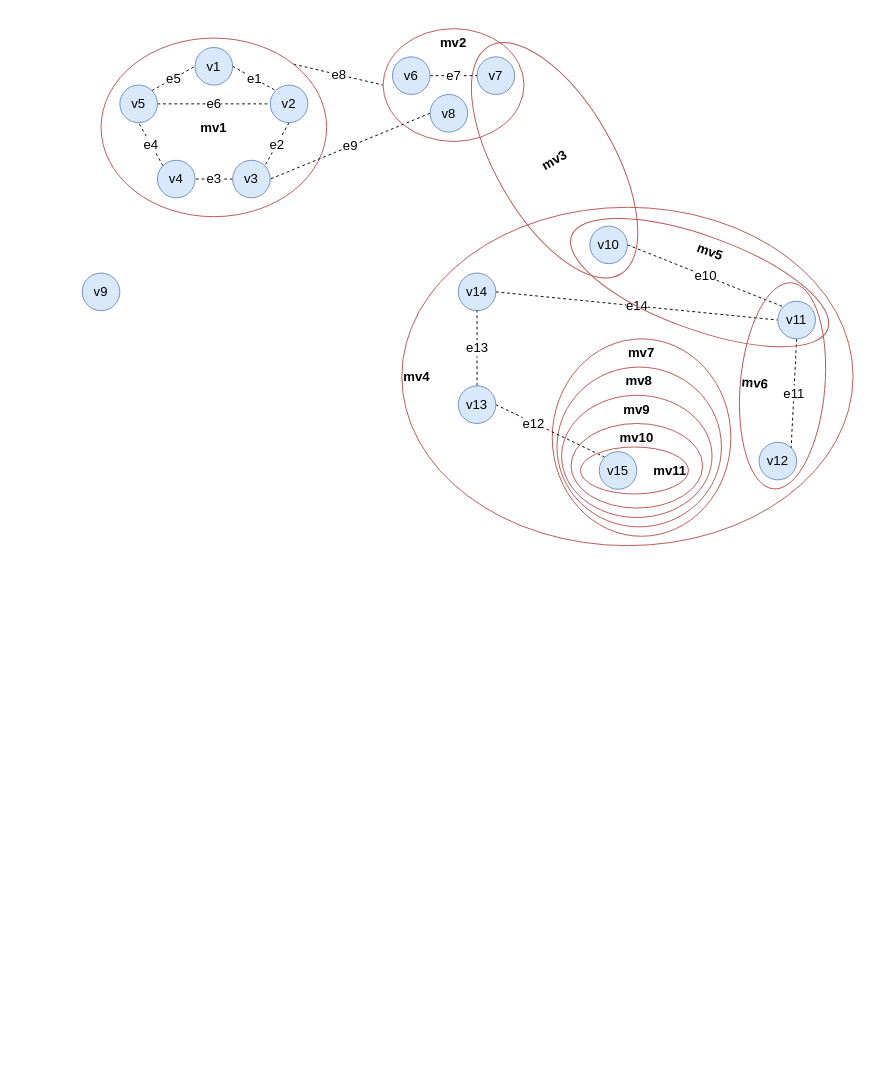
This is Big metagraph.drawio from DMfananddu/MAG_Diploma, a draw.io file, before an edit. Source tidied: cells renumbered, new cells numbered last; positions are measured from the earlier drawing's top-left corner, leaving out a move shared by most shapes. Both pictures are drawn from the tidied source at 94%, with x=0, y=0 at pixel (82, 28).
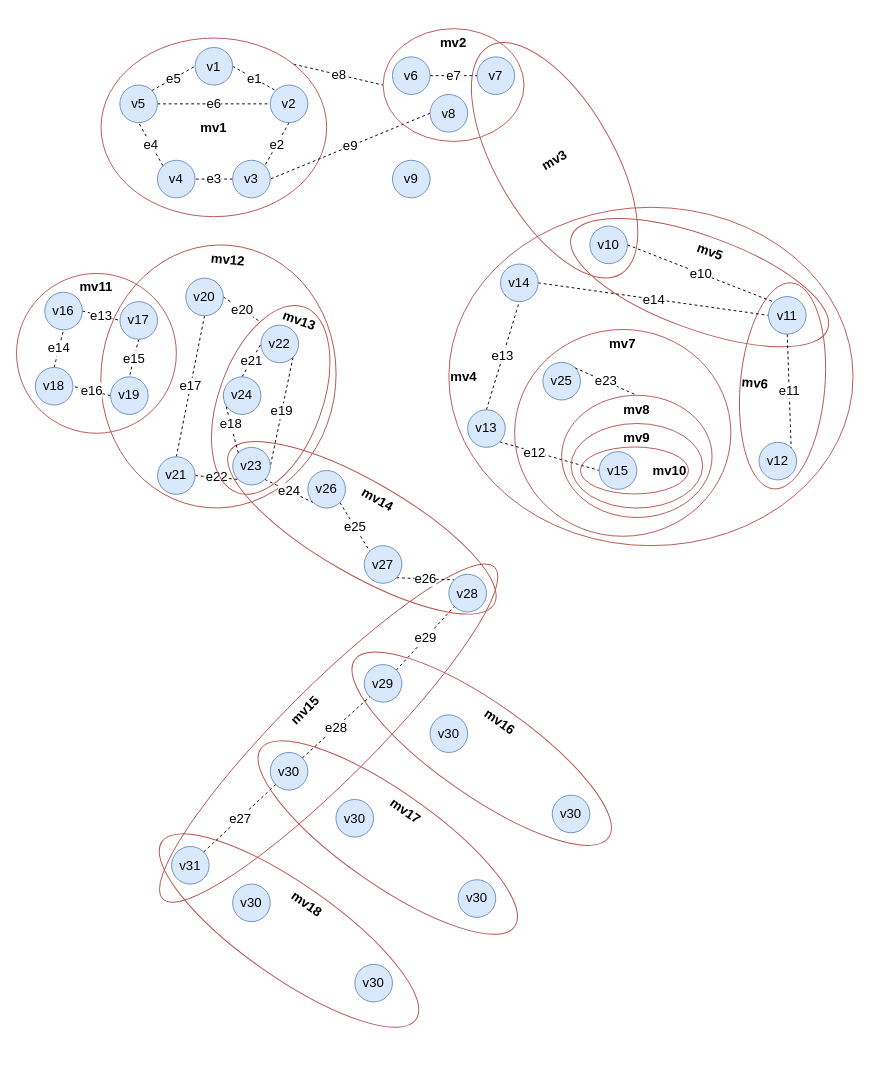
The same page after the edit.

The change refers to these unchanged cells:
```xml
<mxCell id="41" value="v15" style="ellipse;whiteSpace=wrap;html=1;fillColor=#dae8fc;strokeColor=#6c8ebf;fontSize=14;" parent="1" vertex="1">
  <mxGeometry x="550" y="450" width="40" height="40" as="geometry" />
</mxCell>
```

What changed in the source:
```diff
@@
+    <mxCell id="42" value="mv15" style="ellipse;whiteSpace=wrap;html=1;fillColor=none;strokeColor=#b85450;fontSize=14;fontStyle=1;verticalAlign=top;rotation=-45;" parent="1" vertex="1">
+      <mxGeometry x="12.5" y="700" width="499.3" height="98.9" as="geometry" />
+    </mxCell>
+    <mxCell id="43" value="mv18" style="ellipse;whiteSpace=wrap;html=1;fillColor=none;strokeColor=#b85450;fontSize=14;fontStyle=1;verticalAlign=top;rotation=35;" parent="1" vertex="1">
+      <mxGeometry x="55" y="910" width="329.9" height="98.9" as="geometry" />
+    </mxCell>
+    <mxCell id="44" value="mv17" style="ellipse;whiteSpace=wrap;html=1;fillColor=none;strokeColor=#b85450;fontSize=14;fontStyle=1;verticalAlign=top;rotation=35;" parent="1" vertex="1">
+      <mxGeometry x="160.1" y="811.1" width="329.9" height="98.9" as="geometry" />
+    </mxCell>
+    <mxCell id="45" value="mv16" style="ellipse;whiteSpace=wrap;html=1;fillColor=none;strokeColor=#b85450;fontSize=14;fontStyle=1;verticalAlign=top;rotation=35;" parent="1" vertex="1">
+      <mxGeometry x="260" y="716.5" width="329.9" height="98.9" as="geometry" />
+    </mxCell>
+    <mxCell id="46" value="mv14" style="ellipse;whiteSpace=wrap;html=1;fillColor=none;strokeColor=#b85450;fontSize=14;fontStyle=1;verticalAlign=top;rotation=30;" parent="1" vertex="1">
+      <mxGeometry x="135" y="481.5" width="325" height="98.9" as="geometry" />
+    </mxCell>
     <mxCell id="2" value="mv4" style="ellipse;whiteSpace=wrap;html=1;fillColor=none;strokeColor=#b85450;fontSize=14;fontStyle=1;align=left;" parent="1" vertex="1">
-      <mxGeometry x="340" y="190" width="480" height="360" as="geometry" />
+      <mxGeometry x="390" y="190" width="430" height="360" as="geometry" />
     </mxCell>
-    <mxCell id="3" value="mv7" style="ellipse;whiteSpace=wrap;html=1;fontSize=14;strokeColor=#b85450;strokeWidth=1;fillColor=none;fontStyle=1;rotation=0;verticalAlign=top;align=center;" parent="1" vertex="1">
-      <mxGeometry x="500" y="330" width="190" height="210" as="geometry" />
-    </mxCell>
+    <mxCell id="36" value="mv5" style="ellipse;whiteSpace=wrap;html=1;fontSize=14;strokeColor=#b85450;strokeWidth=1;fillColor=none;fontStyle=1;rotation=20;verticalAlign=top;" parent="1" vertex="1">
+      <mxGeometry x="511.8" y="220.3" width="290" height="99.7" as="geometry" />
+    </mxCell>
+    <mxCell id="37" value="mv6" style="ellipse;whiteSpace=wrap;html=1;fontSize=14;strokeColor=#b85450;strokeWidth=1;fillColor=none;fontStyle=1;rotation=5;verticalAlign=middle;align=left;" parent="1" vertex="1">
+      <mxGeometry x="700" y="270" width="90" height="220" as="geometry" />
+    </mxCell>
+    <mxCell id="47" value="mv12" style="ellipse;whiteSpace=wrap;html=1;fillColor=none;strokeColor=#b85450;fontSize=14;fontStyle=1;rotation=5;verticalAlign=top;" parent="1" vertex="1">
+      <mxGeometry x="19.9" y="230" width="250" height="280" as="geometry" />
+    </mxCell>
-    <mxCell id="4" value="mv8" style="ellipse;whiteSpace=wrap;html=1;fontSize=14;strokeColor=#b85450;strokeWidth=1;fillColor=none;fontStyle=1;rotation=0;verticalAlign=top;align=center;" parent="1" vertex="1">
-      <mxGeometry x="505" y="360" width="175" height="170" as="geometry" />
+    <mxCell id="4" value="mv7" style="ellipse;whiteSpace=wrap;html=1;fontSize=14;strokeColor=#b85450;strokeWidth=1;fillColor=none;fontStyle=1;rotation=0;verticalAlign=top;align=center;" parent="1" vertex="1">
+      <mxGeometry x="460" y="320" width="230" height="220" as="geometry" />
     </mxCell>
@@
     <mxCell id="25" value="v9" style="ellipse;whiteSpace=wrap;html=1;fillColor=#dae8fc;strokeColor=#6c8ebf;fontSize=14;" parent="1" vertex="1">
-      <mxGeometry y="260" width="40" height="40" as="geometry" />
+      <mxGeometry x="330" y="140" width="40" height="40" as="geometry" />
     </mxCell>
@@
     <mxCell id="27" value="v14" style="ellipse;whiteSpace=wrap;html=1;fillColor=#dae8fc;strokeColor=#6c8ebf;fontSize=14;" parent="1" vertex="1">
-      <mxGeometry x="400" y="260" width="40" height="40" as="geometry" />
+      <mxGeometry x="445" y="250.4" width="40" height="40" as="geometry" />
     </mxCell>
@@
-    <mxCell id="29" value="e12" style="edgeStyle=none;rounded=0;jettySize=auto;html=1;exitX=1;exitY=0.5;exitDx=0;exitDy=0;entryX=0;entryY=0;entryDx=0;entryDy=0;dashed=1;fontSize=14;endArrow=none;endFill=0;" parent="1" edge="1" source="30" target="41">
+    <mxCell id="29" value="e12" style="edgeStyle=none;rounded=0;jettySize=auto;html=1;exitX=1;exitY=1;exitDx=0;exitDy=0;entryX=0;entryY=0.5;entryDx=0;entryDy=0;dashed=1;fontSize=14;endArrow=none;endFill=0;" parent="1" edge="1" source="30" target="41">
       <mxGeometry x="-0.3" y="-1" relative="1" as="geometry" />
     </mxCell>
     <mxCell id="30" value="v13" style="ellipse;whiteSpace=wrap;html=1;fillColor=#dae8fc;strokeColor=#6c8ebf;fontSize=14;" parent="1" vertex="1">
-      <mxGeometry x="400" y="380" width="40" height="40" as="geometry" />
+      <mxGeometry x="410" y="405.4" width="40" height="40" as="geometry" />
     </mxCell>
@@
     <mxCell id="33" value="v11" style="ellipse;whiteSpace=wrap;html=1;fillColor=#dae8fc;strokeColor=#6c8ebf;fontSize=14;" parent="1" vertex="1">
-      <mxGeometry x="740" y="290" width="40" height="40" as="geometry" />
+      <mxGeometry x="730" y="285" width="40" height="40" as="geometry" />
     </mxCell>
@@
-    <mxCell id="36" value="mv5" style="ellipse;whiteSpace=wrap;html=1;fontSize=14;strokeColor=#b85450;strokeWidth=1;fillColor=none;fontStyle=1;rotation=20;verticalAlign=top;" parent="1" vertex="1">
-      <mxGeometry x="511.8" y="220.3" width="290" height="99.7" as="geometry" />
-    </mxCell>
-    <mxCell id="37" value="mv6" style="ellipse;whiteSpace=wrap;html=1;fontSize=14;strokeColor=#b85450;strokeWidth=1;fillColor=none;fontStyle=1;rotation=5;verticalAlign=middle;align=left;" parent="1" vertex="1">
-      <mxGeometry x="700" y="270" width="90" height="220" as="geometry" />
-    </mxCell>
-    <mxCell id="38" value="mv9" style="ellipse;whiteSpace=wrap;html=1;fontSize=14;strokeColor=#b85450;strokeWidth=1;fillColor=none;fontStyle=1;rotation=0;verticalAlign=top;align=center;" parent="1" vertex="1">
+    <mxCell id="38" value="mv8" style="ellipse;whiteSpace=wrap;html=1;fontSize=14;strokeColor=#b85450;strokeWidth=1;fillColor=none;fontStyle=1;rotation=0;verticalAlign=top;align=center;" parent="1" vertex="1">
       <mxGeometry x="510" y="390" width="160" height="130" as="geometry" />
     </mxCell>
-    <mxCell id="39" value="mv10" style="ellipse;whiteSpace=wrap;html=1;fontSize=14;strokeColor=#b85450;strokeWidth=1;fillColor=none;fontStyle=1;rotation=0;verticalAlign=top;align=center;" parent="1" vertex="1">
+    <mxCell id="39" value="mv9" style="ellipse;whiteSpace=wrap;html=1;fontSize=14;strokeColor=#b85450;strokeWidth=1;fillColor=none;fontStyle=1;rotation=0;verticalAlign=top;align=center;" parent="1" vertex="1">
       <mxGeometry x="520" y="420" width="140" height="90" as="geometry" />
     </mxCell>
-    <mxCell id="40" value="mv11" style="ellipse;whiteSpace=wrap;html=1;fontSize=14;strokeColor=#b85450;strokeWidth=1;fillColor=none;fontStyle=1;rotation=0;verticalAlign=middle;align=right;" parent="1" vertex="1">
+    <mxCell id="40" value="mv10" style="ellipse;whiteSpace=wrap;html=1;fontSize=14;strokeColor=#b85450;strokeWidth=1;fillColor=none;fontStyle=1;rotation=0;verticalAlign=middle;align=right;" parent="1" vertex="1">
       <mxGeometry x="530" y="445" width="115" height="50" as="geometry" />
     </mxCell>
@@
+    <mxCell id="48" value="mv11" style="ellipse;whiteSpace=wrap;html=1;fillColor=none;strokeColor=#b85450;fontStyle=1;fontSize=14;verticalAlign=top;" parent="1" vertex="1">
+      <mxGeometry x="-69.9" y="260.4" width="170" height="170" as="geometry" />
+    </mxCell>
+    <mxCell id="49" value="e13" style="edgeStyle=none;rounded=0;jettySize=auto;html=1;exitX=1;exitY=0.5;exitDx=0;exitDy=0;entryX=0;entryY=0.5;entryDx=0;entryDy=0;dashed=1;fontSize=14;endArrow=none;endFill=0;" parent="1" edge="1" source="50" target="52">
+      <mxGeometry relative="1" as="geometry" />
+    </mxCell>
+    <mxCell id="50" value="v16" style="ellipse;whiteSpace=wrap;html=1;fillColor=#dae8fc;strokeColor=#6c8ebf;fontSize=14;" parent="1" vertex="1">
+      <mxGeometry x="-39.9" y="280.4" width="40" height="40" as="geometry" />
+    </mxCell>
+    <mxCell id="51" value="e15" style="edgeStyle=none;rounded=0;jettySize=auto;html=1;exitX=0.5;exitY=1;exitDx=0;exitDy=0;entryX=0.5;entryY=0;entryDx=0;entryDy=0;dashed=1;fontSize=14;endArrow=none;endFill=0;" parent="1" edge="1" source="52" target="56">
+      <mxGeometry relative="1" as="geometry" />
+    </mxCell>
+    <mxCell id="52" value="v17" style="ellipse;whiteSpace=wrap;html=1;fillColor=#dae8fc;strokeColor=#6c8ebf;fontSize=14;" parent="1" vertex="1">
+      <mxGeometry x="40.1" y="290.4" width="40" height="40" as="geometry" />
+    </mxCell>
+    <mxCell id="53" value="e14" style="rounded=0;jettySize=auto;html=1;exitX=0.5;exitY=0;exitDx=0;exitDy=0;entryX=0.5;entryY=1;entryDx=0;entryDy=0;fontSize=14;endArrow=none;endFill=0;dashed=1;" parent="1" edge="1" source="54" target="50">
+      <mxGeometry relative="1" as="geometry" />
+    </mxCell>
+    <mxCell id="54" value="v18" style="ellipse;whiteSpace=wrap;html=1;fillColor=#dae8fc;strokeColor=#6c8ebf;fontSize=14;" parent="1" vertex="1">
+      <mxGeometry x="-49.9" y="360.4" width="40" height="40" as="geometry" />
+    </mxCell>
+    <mxCell id="55" value="e16" style="edgeStyle=none;rounded=0;jettySize=auto;html=1;exitX=0;exitY=0.5;exitDx=0;exitDy=0;entryX=1;entryY=0.5;entryDx=0;entryDy=0;dashed=1;fontSize=14;endArrow=none;endFill=0;" parent="1" edge="1" source="56" target="54">
+      <mxGeometry relative="1" as="geometry" />
+    </mxCell>
+    <mxCell id="56" value="v19" style="ellipse;whiteSpace=wrap;html=1;fillColor=#dae8fc;strokeColor=#6c8ebf;fontSize=14;" parent="1" vertex="1">
+      <mxGeometry x="30.1" y="370.4" width="40" height="40" as="geometry" />
+    </mxCell>
+    <mxCell id="57" value="e17" style="edgeStyle=none;rounded=0;jettySize=auto;html=1;exitX=0.5;exitY=1;exitDx=0;exitDy=0;entryX=0.5;entryY=0;entryDx=0;entryDy=0;dashed=1;fontSize=14;endArrow=none;endFill=0;" parent="1" edge="1" source="59" target="61">
+      <mxGeometry relative="1" as="geometry" />
+    </mxCell>
+    <mxCell id="58" value="e20" style="edgeStyle=none;rounded=0;jettySize=auto;html=1;exitX=1;exitY=0.5;exitDx=0;exitDy=0;entryX=0;entryY=0;entryDx=0;entryDy=0;dashed=1;fontSize=14;endArrow=none;endFill=0;" parent="1" edge="1" source="59" target="62">
+      <mxGeometry relative="1" as="geometry" />
+    </mxCell>
+    <mxCell id="59" value="v20" style="ellipse;whiteSpace=wrap;html=1;fillColor=#dae8fc;strokeColor=#6c8ebf;fontSize=14;" parent="1" vertex="1">
+      <mxGeometry x="110.1" y="265.4" width="40" height="40" as="geometry" />
+    </mxCell>
+    <mxCell id="60" value="e22" style="edgeStyle=none;rounded=0;jettySize=auto;html=1;exitX=1;exitY=0.5;exitDx=0;exitDy=0;entryX=0;entryY=1;entryDx=0;entryDy=0;dashed=1;fontSize=14;endArrow=none;endFill=0;" parent="1" edge="1" source="61" target="66">
+      <mxGeometry relative="1" as="geometry" />
+    </mxCell>
+    <mxCell id="61" value="v21" style="ellipse;whiteSpace=wrap;html=1;fillColor=#dae8fc;strokeColor=#6c8ebf;fontSize=14;" parent="1" vertex="1">
+      <mxGeometry x="80.1" y="455.4" width="40" height="40" as="geometry" />
+    </mxCell>
+    <mxCell id="62" value="mv13" style="ellipse;whiteSpace=wrap;html=1;fillColor=none;strokeColor=#b85450;fontSize=14;fontStyle=1;rotation=20;verticalAlign=top;" parent="1" vertex="1">
+      <mxGeometry x="145.5" y="289.9" width="110" height="210" as="geometry" />
+    </mxCell>
+    <mxCell id="63" value="e19" style="edgeStyle=none;rounded=0;jettySize=auto;html=1;exitX=1;exitY=1;exitDx=0;exitDy=0;entryX=1;entryY=0.5;entryDx=0;entryDy=0;dashed=1;fontSize=14;endArrow=none;endFill=0;" parent="1" edge="1" source="64" target="66">
+      <mxGeometry relative="1" as="geometry" />
+    </mxCell>
+    <mxCell id="64" value="v22" style="ellipse;whiteSpace=wrap;html=1;fillColor=#dae8fc;strokeColor=#6c8ebf;fontSize=14;" parent="1" vertex="1">
+      <mxGeometry x="190.1" y="315.4" width="40" height="40" as="geometry" />
+    </mxCell>
+    <mxCell id="65" value="e24" style="edgeStyle=none;rounded=0;jettySize=auto;html=1;exitX=1;exitY=1;exitDx=0;exitDy=0;entryX=0;entryY=1;entryDx=0;entryDy=0;dashed=1;fontSize=14;endArrow=none;endFill=0;" parent="1" edge="1" source="66" target="73">
+      <mxGeometry relative="1" as="geometry" />
+    </mxCell>
+    <mxCell id="66" value="v23" style="ellipse;whiteSpace=wrap;html=1;fillColor=#dae8fc;strokeColor=#6c8ebf;fontSize=14;" parent="1" vertex="1">
+      <mxGeometry x="160.1" y="445.4" width="40" height="40" as="geometry" />
+    </mxCell>
+    <mxCell id="67" value="e18" style="edgeStyle=none;rounded=0;jettySize=auto;html=1;exitX=0;exitY=0.5;exitDx=0;exitDy=0;entryX=0;entryY=0;entryDx=0;entryDy=0;dashed=1;fontSize=14;endArrow=none;endFill=0;" parent="1" edge="1" source="69" target="66">
+      <mxGeometry relative="1" as="geometry" />
+    </mxCell>
+    <mxCell id="68" value="e21" style="edgeStyle=none;rounded=0;jettySize=auto;html=1;exitX=0.5;exitY=0;exitDx=0;exitDy=0;entryX=0;entryY=0.5;entryDx=0;entryDy=0;dashed=1;fontSize=14;endArrow=none;endFill=0;" parent="1" edge="1" source="69" target="64">
+      <mxGeometry relative="1" as="geometry" />
+    </mxCell>
+    <mxCell id="69" value="v24" style="ellipse;whiteSpace=wrap;html=1;fillColor=#dae8fc;strokeColor=#6c8ebf;fontSize=14;" parent="1" vertex="1">
+      <mxGeometry x="150.1" y="370.4" width="40" height="40" as="geometry" />
+    </mxCell>
+    <mxCell id="70" value="e23" style="edgeStyle=none;rounded=0;jettySize=auto;html=1;exitX=1;exitY=0;exitDx=0;exitDy=0;entryX=0.5;entryY=0;entryDx=0;entryDy=0;dashed=1;fontSize=14;endArrow=none;endFill=0;" parent="1" edge="1" source="71" target="38">
+      <mxGeometry relative="1" as="geometry" />
+    </mxCell>
+    <mxCell id="71" value="v25" style="ellipse;whiteSpace=wrap;html=1;fillColor=#dae8fc;strokeColor=#6c8ebf;fontSize=14;" parent="1" vertex="1">
+      <mxGeometry x="490" y="355" width="40" height="40" as="geometry" />
+    </mxCell>
+    <mxCell id="72" value="e25" style="edgeStyle=none;rounded=0;jettySize=auto;html=1;exitX=1;exitY=1;exitDx=0;exitDy=0;entryX=0;entryY=0;entryDx=0;entryDy=0;dashed=1;fontSize=14;endArrow=none;endFill=0;" parent="1" edge="1" source="73" target="75">
+      <mxGeometry relative="1" as="geometry" />
+    </mxCell>
+    <mxCell id="73" value="v26" style="ellipse;whiteSpace=wrap;html=1;fillColor=#dae8fc;strokeColor=#6c8ebf;fontSize=14;" parent="1" vertex="1">
+      <mxGeometry x="240" y="470" width="40" height="40" as="geometry" />
+    </mxCell>
+    <mxCell id="74" value="e26" style="edgeStyle=none;rounded=0;jettySize=auto;html=1;exitX=1;exitY=1;exitDx=0;exitDy=0;entryX=0;entryY=0;entryDx=0;entryDy=0;dashed=1;fontSize=14;endArrow=none;endFill=0;" parent="1" edge="1" source="75" target="76">
+      <mxGeometry relative="1" as="geometry" />
+    </mxCell>
+    <mxCell id="75" value="v27" style="ellipse;whiteSpace=wrap;html=1;fillColor=#dae8fc;strokeColor=#6c8ebf;fontSize=14;" parent="1" vertex="1">
+      <mxGeometry x="300" y="550" width="40" height="40" as="geometry" />
+    </mxCell>
+    <mxCell id="76" value="v28" style="ellipse;whiteSpace=wrap;html=1;fillColor=#dae8fc;strokeColor=#6c8ebf;fontSize=14;" parent="1" vertex="1">
+      <mxGeometry x="390" y="580.5" width="40" height="40" as="geometry" />
+    </mxCell>
+    <mxCell id="77" value="e29" style="edgeStyle=none;rounded=0;jettySize=auto;html=1;exitX=1;exitY=0;exitDx=0;exitDy=0;entryX=0;entryY=1;entryDx=0;entryDy=0;dashed=1;fontSize=14;endArrow=none;endFill=0;" parent="1" edge="1" source="78" target="76">
+      <mxGeometry relative="1" as="geometry" />
+    </mxCell>
+    <mxCell id="78" value="v29" style="ellipse;whiteSpace=wrap;html=1;fillColor=#dae8fc;strokeColor=#6c8ebf;fontSize=14;" parent="1" vertex="1">
+      <mxGeometry x="300" y="676.5" width="40" height="40" as="geometry" />
+    </mxCell>
+    <mxCell id="79" value="e28" style="edgeStyle=none;rounded=0;jettySize=auto;html=1;exitX=1;exitY=0;exitDx=0;exitDy=0;entryX=0;entryY=1;entryDx=0;entryDy=0;dashed=1;fontSize=14;endArrow=none;endFill=0;" parent="1" edge="1" source="80" target="78">
+      <mxGeometry relative="1" as="geometry" />
+    </mxCell>
+    <mxCell id="80" value="v30" style="ellipse;whiteSpace=wrap;html=1;fillColor=#dae8fc;strokeColor=#6c8ebf;fontSize=14;" parent="1" vertex="1">
+      <mxGeometry x="200" y="770" width="40" height="40" as="geometry" />
+    </mxCell>
+    <mxCell id="81" value="e27" style="edgeStyle=none;rounded=0;jettySize=auto;html=1;exitX=1;exitY=0;exitDx=0;exitDy=0;entryX=0;entryY=1;entryDx=0;entryDy=0;dashed=1;fontSize=14;endArrow=none;endFill=0;" parent="1" edge="1" source="82" target="80">
+      <mxGeometry relative="1" as="geometry" />
+    </mxCell>
+    <mxCell id="82" value="v31" style="ellipse;whiteSpace=wrap;html=1;fillColor=#dae8fc;strokeColor=#6c8ebf;fontSize=14;" parent="1" vertex="1">
+      <mxGeometry x="95" y="870" width="40" height="40" as="geometry" />
+    </mxCell>
+    <mxCell id="83" value="v30" style="ellipse;whiteSpace=wrap;html=1;fillColor=#dae8fc;strokeColor=#6c8ebf;fontSize=14;" parent="1" vertex="1">
+      <mxGeometry x="370" y="730" width="40" height="40" as="geometry" />
+    </mxCell>
+    <mxCell id="84" value="v30" style="ellipse;whiteSpace=wrap;html=1;fillColor=#dae8fc;strokeColor=#6c8ebf;fontSize=14;" parent="1" vertex="1">
+      <mxGeometry x="500" y="815.4" width="40" height="40" as="geometry" />
+    </mxCell>
+    <mxCell id="85" value="v30" style="ellipse;whiteSpace=wrap;html=1;fillColor=#dae8fc;strokeColor=#6c8ebf;fontSize=14;" parent="1" vertex="1">
+      <mxGeometry x="269.9" y="820" width="40" height="40" as="geometry" />
+    </mxCell>
+    <mxCell id="86" value="v30" style="ellipse;whiteSpace=wrap;html=1;fillColor=#dae8fc;strokeColor=#6c8ebf;fontSize=14;" parent="1" vertex="1">
+      <mxGeometry x="399.9" y="905.4" width="40" height="40" as="geometry" />
+    </mxCell>
+    <mxCell id="87" value="v30" style="ellipse;whiteSpace=wrap;html=1;fillColor=#dae8fc;strokeColor=#6c8ebf;fontSize=14;" parent="1" vertex="1">
+      <mxGeometry x="160" y="910" width="40" height="40" as="geometry" />
+    </mxCell>
+    <mxCell id="88" value="v30" style="ellipse;whiteSpace=wrap;html=1;fillColor=#dae8fc;strokeColor=#6c8ebf;fontSize=14;" parent="1" vertex="1">
+      <mxGeometry x="290" y="995.4" width="40" height="40" as="geometry" />
+    </mxCell>
```
